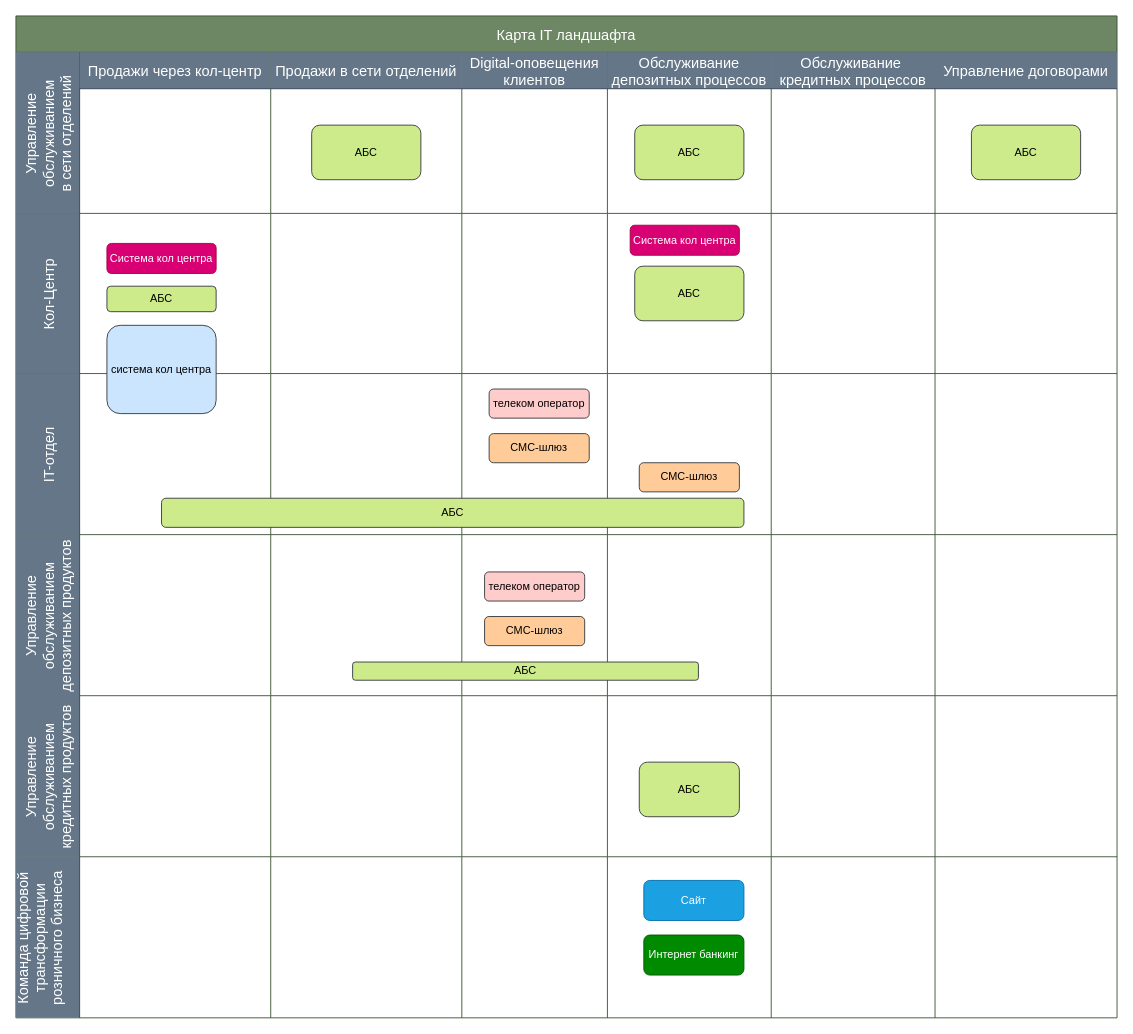
The draw.io diagram Exc1/it_landscape.drawio in nazirok/architecture-sprint-9, before the edit. Source tidied: cells renumbered, new cells numbered last; positions are measured from the earlier drawing's top-left corner, leaving out a move shared by most shapes. Both pictures are drawn from the tidied source at 91%, with x=0, y=0 at pixel (15, 15).
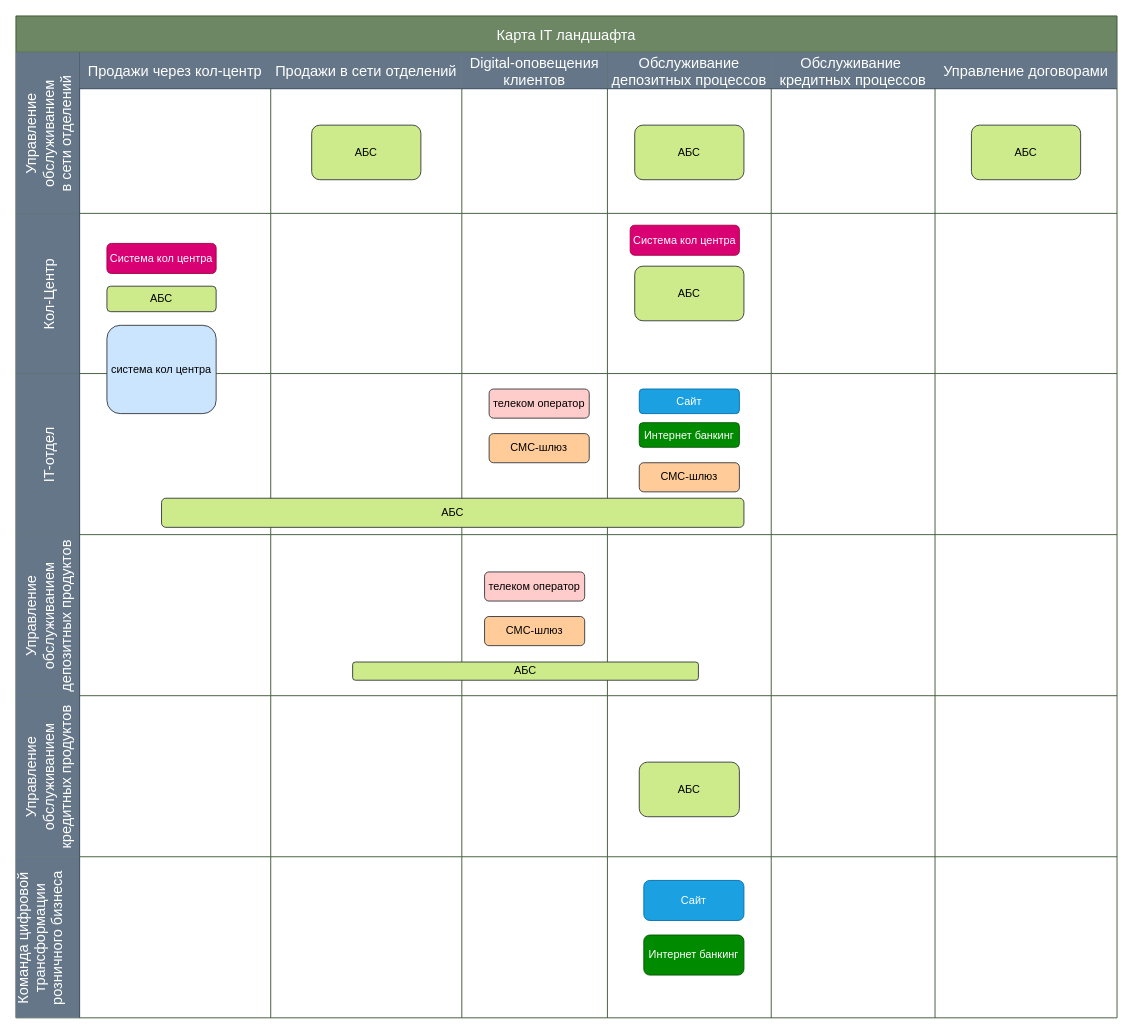
The same page after the edit.

Unchanged cells that the change refers to:
```xml
<mxCell id="32" style="swimlane;swimlaneHead=0;swimlaneBody=0;fontStyle=0;strokeColor=inherit;fillColor=none;startSize=0;fontSize=16;" parent="26" vertex="1">
  <mxGeometry x="650" width="180" height="177" as="geometry" />
</mxCell>
```

What changed in the source:
```diff
@@
+    <mxCell id="72" value="Сайт" style="rounded=1;whiteSpace=wrap;html=1;fillColor=#1ba1e2;strokeColor=#006EAF;fontColor=#ffffff;" parent="32" vertex="1">
+      <mxGeometry x="35" y="17" width="110" height="27" as="geometry" />
+    </mxCell>
+    <mxCell id="73" value="Интернет банкинг" style="rounded=1;whiteSpace=wrap;html=1;fillColor=#008a00;strokeColor=#005700;fontColor=#ffffff;" parent="32" vertex="1">
+      <mxGeometry x="35" y="54" width="110" height="27" as="geometry" />
+    </mxCell>
```
